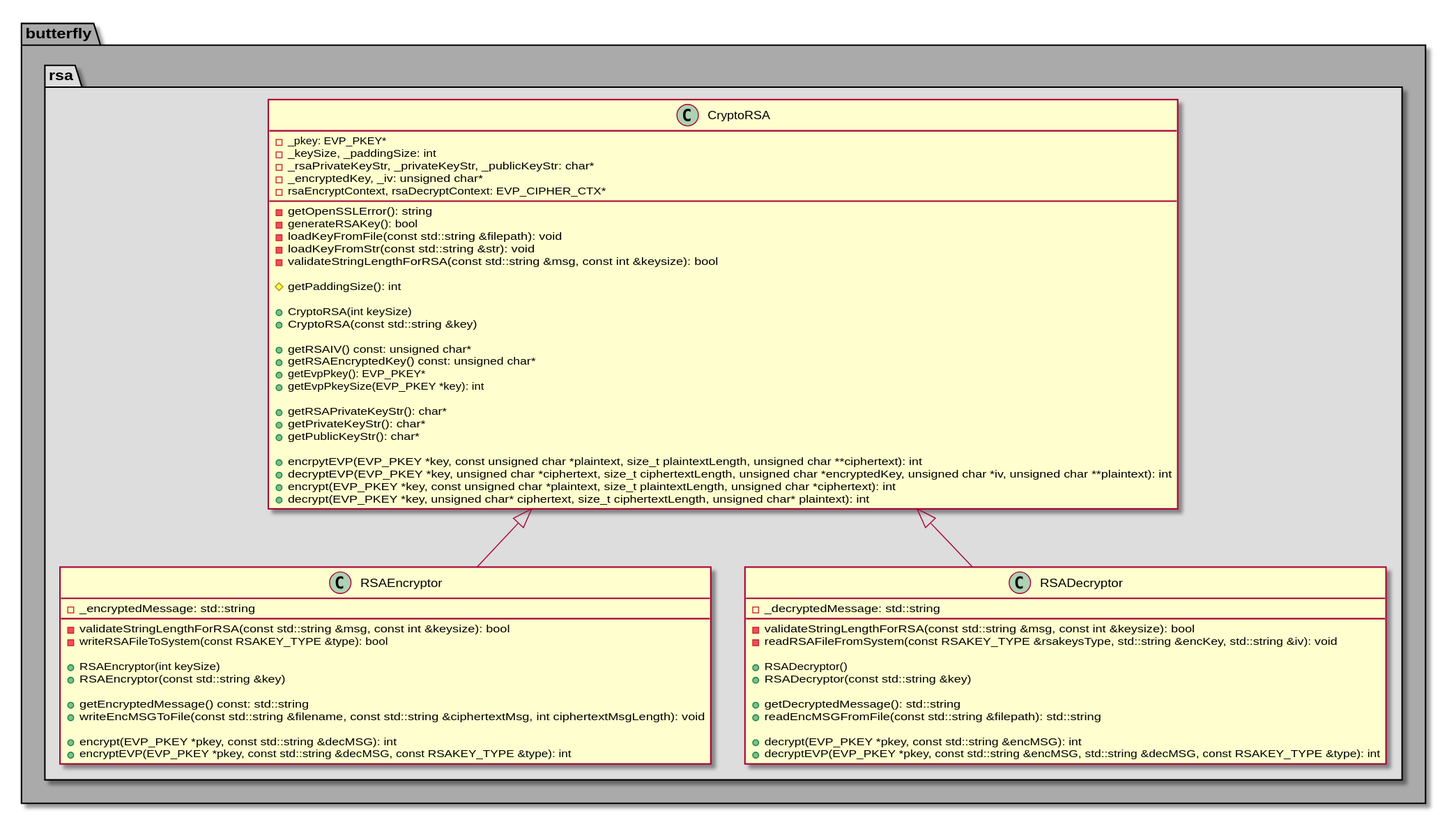
Before: architecture/class_diagrams/crypto/rsa.svg, a diagram exported from PlantUML (bierschi/butterfly).
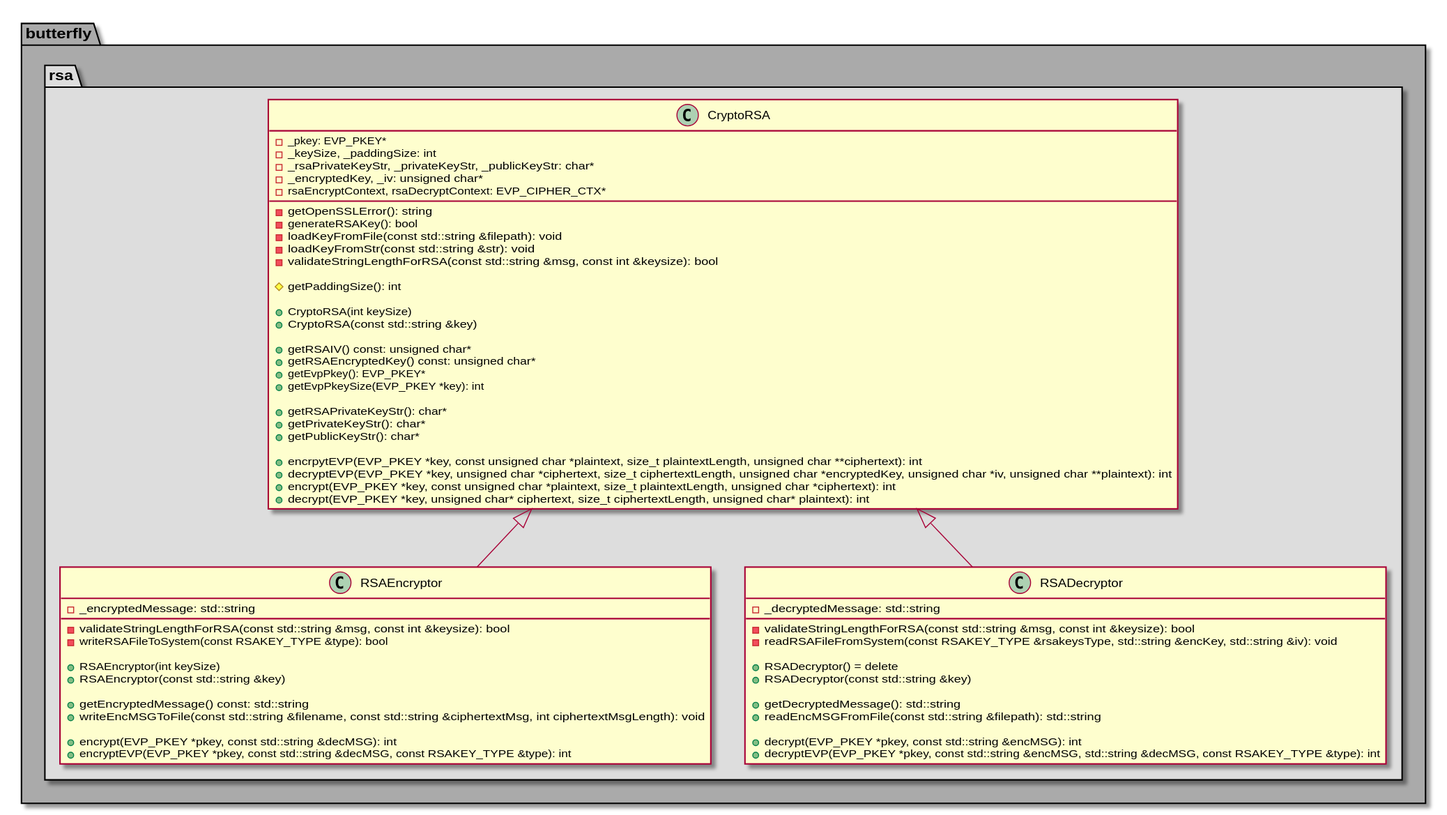
After the change.

The edit, as a diff of the source:
```diff
@@ -1,4 +1,5 @@
 @startuml
+
 package butterfly #AAAAAA
 {
 
@@ -62,7 +63,7 @@
     - validateStringLengthForRSA(const std::string &msg, const int &keysize): bool
     - readRSAFileFromSystem(const RSAKEY_TYPE &rsakeysType, std::string &encKey, std::string &iv): void
 
-    + RSADecryptor()
+    + RSADecryptor() = delete
     + RSADecryptor(const std::string &key)
 
     + getDecryptedMessage(): std::string
```
